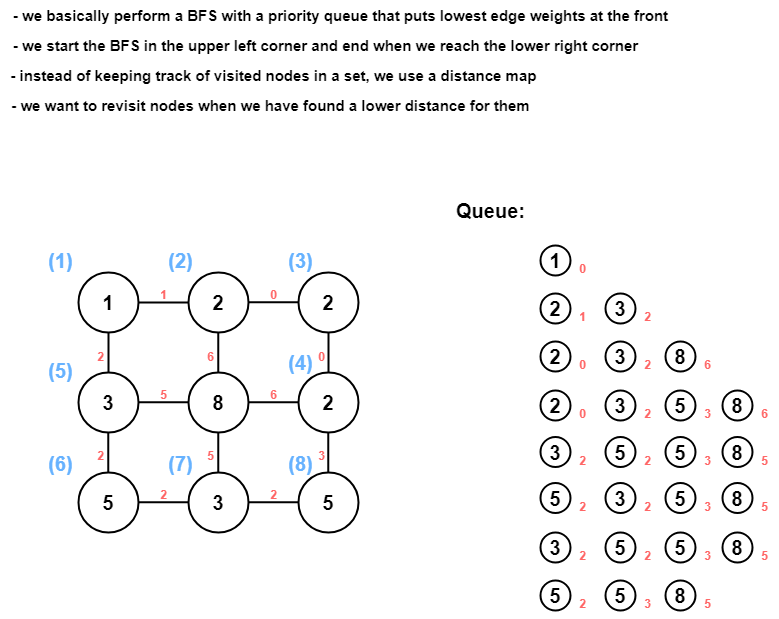
The draw.io diagram Python3/img/PathWithMinEffort.png in ashiven/leetcode-solutions, before a commit. Source tidied: cells renumbered, new cells last; positions are measured from the earlier drawing's top-left corner, leaving out a move shared by most shapes.
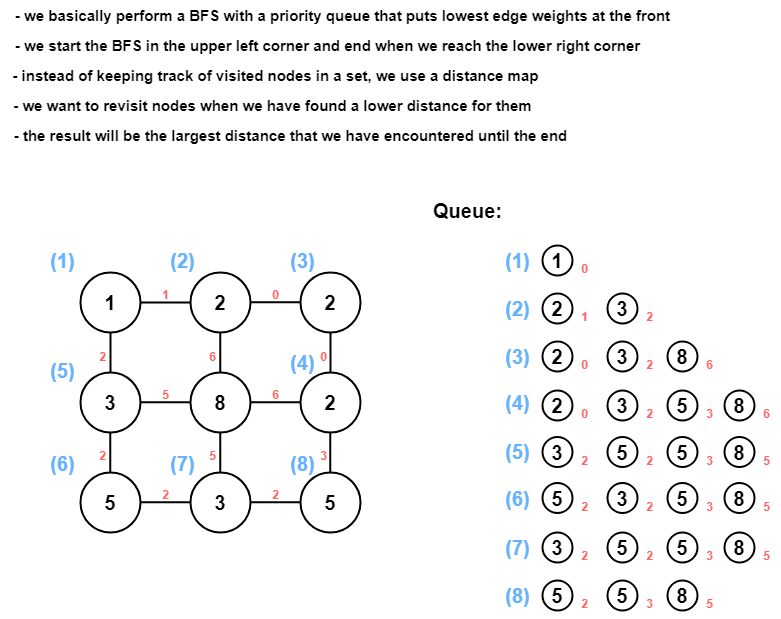
The same diagram one commit later.

Change to the diagram source:
```diff
@@ -168,7 +168,7 @@
       <mxGeometry y="30" width="650" height="30" as="geometry" />
     </mxCell>
     <mxCell id="47" value="Queue:" style="text;html=1;align=center;verticalAlign=middle;strokeColor=none;fillColor=none;fontStyle=1;fontSize=20;" parent="1" vertex="1">
-      <mxGeometry x="445" y="190" width="90" height="40" as="geometry" />
+      <mxGeometry x="420" y="190" width="90" height="40" as="geometry" />
     </mxCell>
     <mxCell id="48" value="1" style="ellipse;whiteSpace=wrap;html=1;fillColor=none;strokeWidth=2;fontSize=20;fontStyle=1;" parent="1" vertex="1">
       <mxGeometry x="540" y="245" width="30" height="30" as="geometry" />
@@ -320,5 +320,32 @@
     <mxCell id="97" value="&lt;b&gt;&lt;font color=&quot;#ff6666&quot;&gt;3&lt;/font&gt;&lt;/b&gt;" style="text;html=1;align=center;verticalAlign=middle;strokeColor=none;fillColor=none;" parent="1" vertex="1">
       <mxGeometry x="632" y="589" width="30" height="30" as="geometry" />
     </mxCell>
+    <mxCell id="98" value="&lt;font style=&quot;font-size: 20px;&quot;&gt;&lt;span&gt;(1)&lt;/span&gt;&lt;/font&gt;" style="text;html=1;align=center;verticalAlign=middle;strokeColor=none;fillColor=none;fontColor=#66B2FF;fontStyle=1;" parent="1" vertex="1">
+      <mxGeometry x="490" y="240" width="50" height="40" as="geometry" />
+    </mxCell>
+    <mxCell id="99" value="&lt;font style=&quot;font-size: 20px;&quot;&gt;&lt;span&gt;(4)&lt;/span&gt;&lt;/font&gt;" style="text;html=1;align=center;verticalAlign=middle;strokeColor=none;fillColor=none;fontColor=#66B2FF;fontStyle=1;" parent="1" vertex="1">
+      <mxGeometry x="490" y="382" width="50" height="40" as="geometry" />
+    </mxCell>
+    <mxCell id="100" value="&lt;font style=&quot;font-size: 20px;&quot;&gt;&lt;span&gt;(3)&lt;/span&gt;&lt;/font&gt;" style="text;html=1;align=center;verticalAlign=middle;strokeColor=none;fillColor=none;fontColor=#66B2FF;fontStyle=1;" parent="1" vertex="1">
+      <mxGeometry x="490" y="336" width="50" height="40" as="geometry" />
+    </mxCell>
+    <mxCell id="101" value="&lt;font style=&quot;font-size: 20px;&quot;&gt;&lt;span&gt;(2)&lt;/span&gt;&lt;/font&gt;" style="text;html=1;align=center;verticalAlign=middle;strokeColor=none;fillColor=none;fontColor=#66B2FF;fontStyle=1;" parent="1" vertex="1">
+      <mxGeometry x="490" y="288" width="50" height="40" as="geometry" />
+    </mxCell>
+    <mxCell id="102" value="&lt;font style=&quot;font-size: 20px;&quot;&gt;&lt;span&gt;(6)&lt;/span&gt;&lt;/font&gt;" style="text;html=1;align=center;verticalAlign=middle;strokeColor=none;fillColor=none;fontColor=#66B2FF;fontStyle=1;" parent="1" vertex="1">
+      <mxGeometry x="490" y="477.5" width="50" height="40" as="geometry" />
+    </mxCell>
+    <mxCell id="103" value="&lt;font style=&quot;font-size: 20px;&quot;&gt;&lt;span&gt;(5)&lt;/span&gt;&lt;/font&gt;" style="text;html=1;align=center;verticalAlign=middle;strokeColor=none;fillColor=none;fontColor=#66B2FF;fontStyle=1;" parent="1" vertex="1">
+      <mxGeometry x="490" y="431" width="50" height="40" as="geometry" />
+    </mxCell>
+    <mxCell id="104" value="&lt;font style=&quot;font-size: 20px;&quot;&gt;&lt;span&gt;(8)&lt;/span&gt;&lt;/font&gt;" style="text;html=1;align=center;verticalAlign=middle;strokeColor=none;fillColor=none;fontColor=#66B2FF;fontStyle=1;" parent="1" vertex="1">
+      <mxGeometry x="490" y="575" width="50" height="40" as="geometry" />
+    </mxCell>
+    <mxCell id="105" value="&lt;font style=&quot;font-size: 20px;&quot;&gt;&lt;span&gt;(7)&lt;/span&gt;&lt;/font&gt;" style="text;html=1;align=center;verticalAlign=middle;strokeColor=none;fillColor=none;fontColor=#66B2FF;fontStyle=1;" parent="1" vertex="1">
+      <mxGeometry x="490" y="527" width="50" height="40" as="geometry" />
+    </mxCell>
+    <mxCell id="106" value="- the result will be the largest distance that we have encountered until the end" style="text;html=1;align=center;verticalAlign=middle;strokeColor=none;fillColor=none;fontSize=15;fontStyle=1;" parent="1" vertex="1">
+      <mxGeometry x="-2" y="120" width="580" height="30" as="geometry" />
+    </mxCell>
   </root>
 </mxGraphModel>
```
